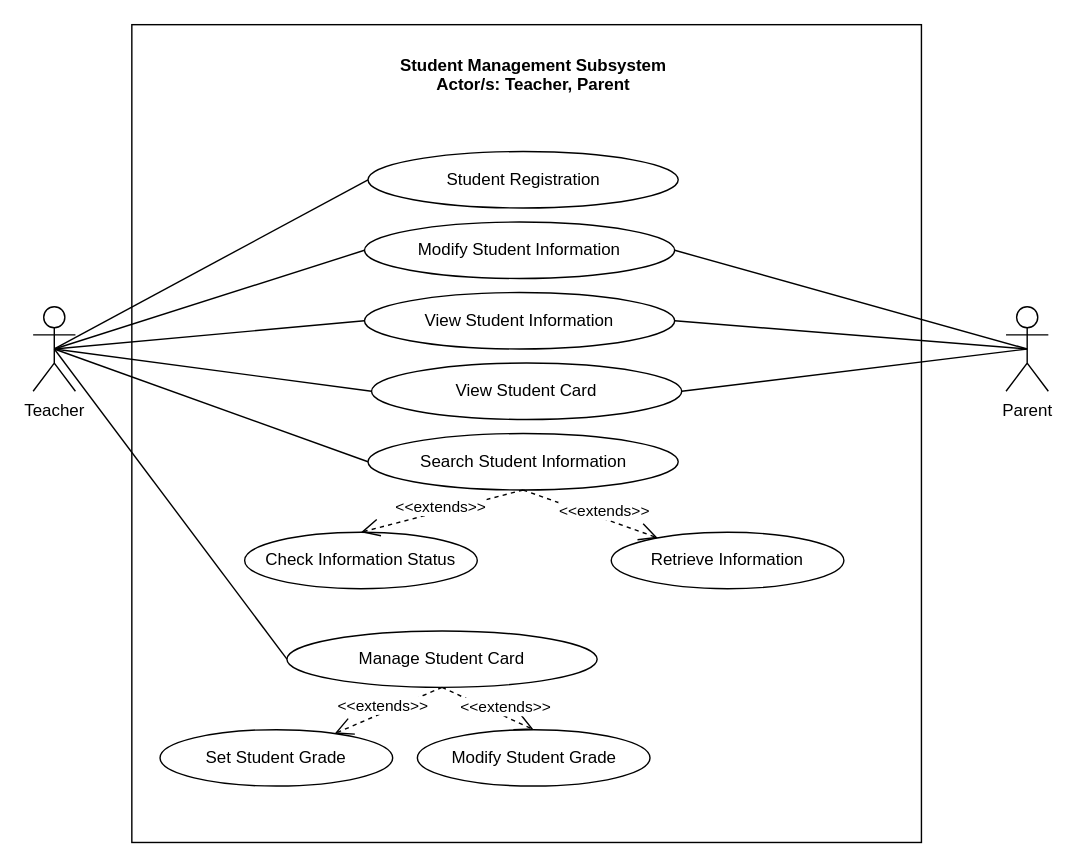
The draw.io diagram page "SMS" (2 of 16) of UML-DIAGRAMS/Diagrams 5-29-2021/Diagram.drawio in mrklglsn/CAPSTONE-FILES, before the edit. Source tidied: cells renumbered, new cells numbered last; positions are measured from the earlier drawing's top-left corner, leaving out a move shared by most shapes. Both pictures are drawn from the tidied source at 141%, with x=0, y=0 at pixel (32, 24).
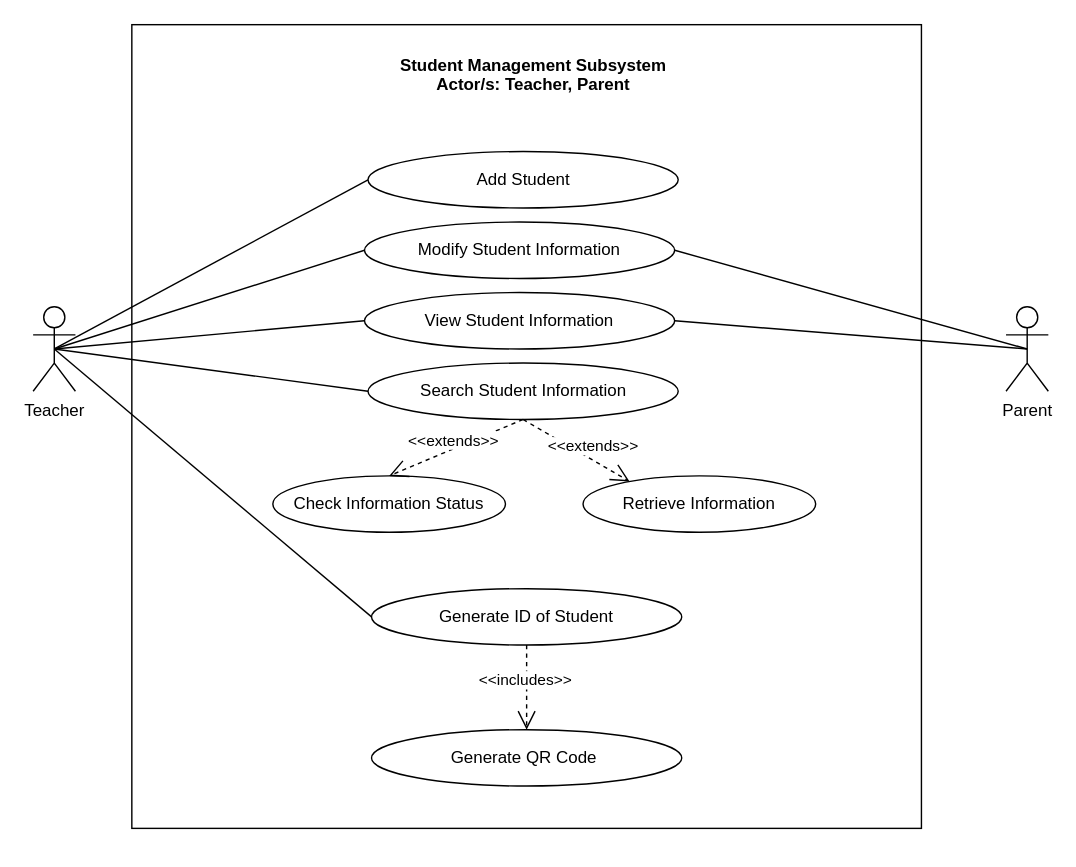
After the change.

The change refers to these unchanged cells:
```xml
<mxCell id="9" value="Teacher" style="shape=umlActor;verticalLabelPosition=bottom;verticalAlign=top;html=1;fillColor=none;" parent="1" vertex="1">
  <mxGeometry y="200" width="30" height="60" as="geometry" />
</mxCell>
<mxCell id="13" value="Parent" style="shape=umlActor;verticalLabelPosition=bottom;verticalAlign=top;html=1;fillColor=none;" parent="1" vertex="1">
  <mxGeometry x="690" y="200" width="30" height="60" as="geometry" />
</mxCell>
```

The edit, as a diff of the source:
```diff
@@
     <mxCell id="2" style="html=1;fillColor=none;" parent="1" vertex="1">
-      <mxGeometry x="70" width="560" height="580" as="geometry" />
+      <mxGeometry x="70" width="560" height="570" as="geometry" />
     </mxCell>
@@
-    <mxCell id="7" style="rounded=0;jumpStyle=arc;jumpSize=14;jettySize=auto;html=1;exitX=0.5;exitY=0.5;exitDx=0;exitDy=0;exitPerimeter=0;entryX=0;entryY=0.5;entryDx=0;entryDy=0;endArrow=none;endFill=0;startSize=9;endSize=11;" parent="1" edge="1" source="9" target="25">
-      <mxGeometry relative="1" as="geometry" />
-    </mxCell>
-    <mxCell id="8" style="edgeStyle=none;rounded=0;jumpStyle=arc;jumpSize=14;jettySize=auto;html=1;exitX=0.5;exitY=0.5;exitDx=0;exitDy=0;exitPerimeter=0;entryX=0;entryY=0.5;entryDx=0;entryDy=0;endArrow=none;endFill=0;startSize=9;endSize=11;" parent="1" edge="1" source="9" target="32">
-      <mxGeometry relative="1" as="geometry" />
-    </mxCell>
+    <mxCell id="33" style="rounded=0;jettySize=auto;html=1;exitX=0.5;exitY=0.5;exitDx=0;exitDy=0;exitPerimeter=0;entryX=0;entryY=0.5;entryDx=0;entryDy=0;endArrow=none;endFill=0;" parent="1" edge="1" source="9" target="34">
+      <mxGeometry relative="1" as="geometry" />
+    </mxCell>
@@
-    <mxCell id="12" style="edgeStyle=none;rounded=0;jumpStyle=arc;jumpSize=14;jettySize=auto;html=1;exitX=0.5;exitY=0.5;exitDx=0;exitDy=0;exitPerimeter=0;entryX=1;entryY=0.5;entryDx=0;entryDy=0;endArrow=none;endFill=0;startSize=9;endSize=11;" parent="1" edge="1" source="13" target="32">
-      <mxGeometry relative="1" as="geometry" />
-    </mxCell>
@@
-    <mxCell id="15" value="Student Registration" style="ellipse;whiteSpace=wrap;html=1;fillColor=none;" parent="1" vertex="1">
+    <mxCell id="15" value="Add Student" style="ellipse;whiteSpace=wrap;html=1;fillColor=none;" parent="1" vertex="1">
       <mxGeometry x="237.5" y="90" width="220" height="40" as="geometry" />
     </mxCell>
@@
     <mxCell id="18" value="Search Student Information" style="ellipse;whiteSpace=wrap;html=1;fillColor=none;" parent="1" vertex="1">
-      <mxGeometry x="237.5" y="290" width="220" height="40" as="geometry" />
+      <mxGeometry x="237.5" y="240" width="220" height="40" as="geometry" />
     </mxCell>
     <mxCell id="19" value="Check Information Status" style="ellipse;whiteSpace=wrap;html=1;fillColor=none;" parent="1" vertex="1">
-      <mxGeometry x="150" y="360" width="165" height="40" as="geometry" />
+      <mxGeometry x="170" y="320" width="165" height="40" as="geometry" />
     </mxCell>
     <mxCell id="20" value="Retrieve Information" style="ellipse;whiteSpace=wrap;html=1;fillColor=none;" parent="1" vertex="1">
-      <mxGeometry x="410" y="360" width="165" height="40" as="geometry" />
+      <mxGeometry x="390" y="320" width="165" height="40" as="geometry" />
     </mxCell>
@@
-    <mxCell id="25" value="Manage Student Card" style="ellipse;whiteSpace=wrap;html=1;fillColor=none;" parent="1" vertex="1">
-      <mxGeometry x="180" y="430" width="220" height="40" as="geometry" />
-    </mxCell>
-    <mxCell id="26" value="Set Student Grade" style="ellipse;whiteSpace=wrap;html=1;" parent="1" vertex="1">
-      <mxGeometry x="90" y="500" width="165" height="40" as="geometry" />
-    </mxCell>
-    <mxCell id="27" value="Modify Student Grade" style="ellipse;whiteSpace=wrap;html=1;" parent="1" vertex="1">
-      <mxGeometry x="272.5" y="500" width="165" height="40" as="geometry" />
-    </mxCell>
-    <mxCell id="28" style="rounded=0;jumpStyle=arc;jumpSize=14;jettySize=auto;html=1;startArrow=none;startFill=0;endArrow=open;endFill=0;startSize=11;endSize=11;dashed=1;entryX=0.75;entryY=0.071;entryDx=0;entryDy=0;exitX=0.5;exitY=1;exitDx=0;exitDy=0;entryPerimeter=0;" parent="1" edge="1" source="25" target="26">
-      <mxGeometry relative="1" as="geometry" />
-    </mxCell>
-    <mxCell id="29" value="&amp;lt;&amp;lt;extends&amp;gt;&amp;gt;" style="edgeLabel;html=1;align=center;verticalAlign=middle;" parent="28" vertex="1">
-      <mxGeometry x="-0.2" y="-1" relative="1" as="geometry">
-        <mxPoint x="-12" as="offset" />
-      </mxGeometry>
-    </mxCell>
-    <mxCell id="30" style="rounded=0;jumpStyle=arc;jumpSize=14;jettySize=auto;html=1;exitX=0.5;exitY=1;exitDx=0;exitDy=0;startArrow=none;startFill=0;endArrow=open;endFill=0;startSize=11;endSize=11;dashed=1;entryX=0.5;entryY=0;entryDx=0;entryDy=0;" parent="1" edge="1" source="25" target="27">
-      <mxGeometry relative="1" as="geometry" />
-    </mxCell>
-    <mxCell id="31" value="&amp;lt;&amp;lt;extends&amp;gt;&amp;gt;" style="edgeLabel;html=1;align=center;verticalAlign=middle;" parent="30" vertex="1">
-      <mxGeometry x="-0.2" y="-1" relative="1" as="geometry">
-        <mxPoint x="19" as="offset" />
-      </mxGeometry>
-    </mxCell>
-    <mxCell id="32" value="View Student Card" style="ellipse;whiteSpace=wrap;html=1;fillColor=none;" parent="1" vertex="1">
-      <mxGeometry x="240" y="240" width="220" height="40" as="geometry" />
-    </mxCell>
+    <mxCell id="34" value="Generate ID of Student" style="ellipse;whiteSpace=wrap;html=1;fillColor=none;" parent="1" vertex="1">
+      <mxGeometry x="240" y="400" width="220" height="40" as="geometry" />
+    </mxCell>
+    <mxCell id="35" value="Generate QR Code&amp;nbsp;" style="ellipse;whiteSpace=wrap;html=1;fillColor=none;" parent="1" vertex="1">
+      <mxGeometry x="240" y="500" width="220" height="40" as="geometry" />
+    </mxCell>
+    <mxCell id="36" style="rounded=0;jumpStyle=arc;jumpSize=14;jettySize=auto;html=1;exitX=0.5;exitY=1;exitDx=0;exitDy=0;startArrow=none;startFill=0;endArrow=open;endFill=0;startSize=11;endSize=11;dashed=1;entryX=0.5;entryY=0;entryDx=0;entryDy=0;" parent="1" edge="1" target="35">
+      <mxGeometry relative="1" as="geometry">
+        <mxPoint x="350" y="440" as="sourcePoint" />
+      </mxGeometry>
+    </mxCell>
+    <mxCell id="37" value="&amp;lt;&amp;lt;includes&amp;gt;&amp;gt;" style="edgeLabel;html=1;align=center;verticalAlign=middle;" parent="36" vertex="1">
+      <mxGeometry x="-0.2" y="-1" relative="1" as="geometry">
+        <mxPoint x="-1" as="offset" />
+      </mxGeometry>
+    </mxCell>
```
